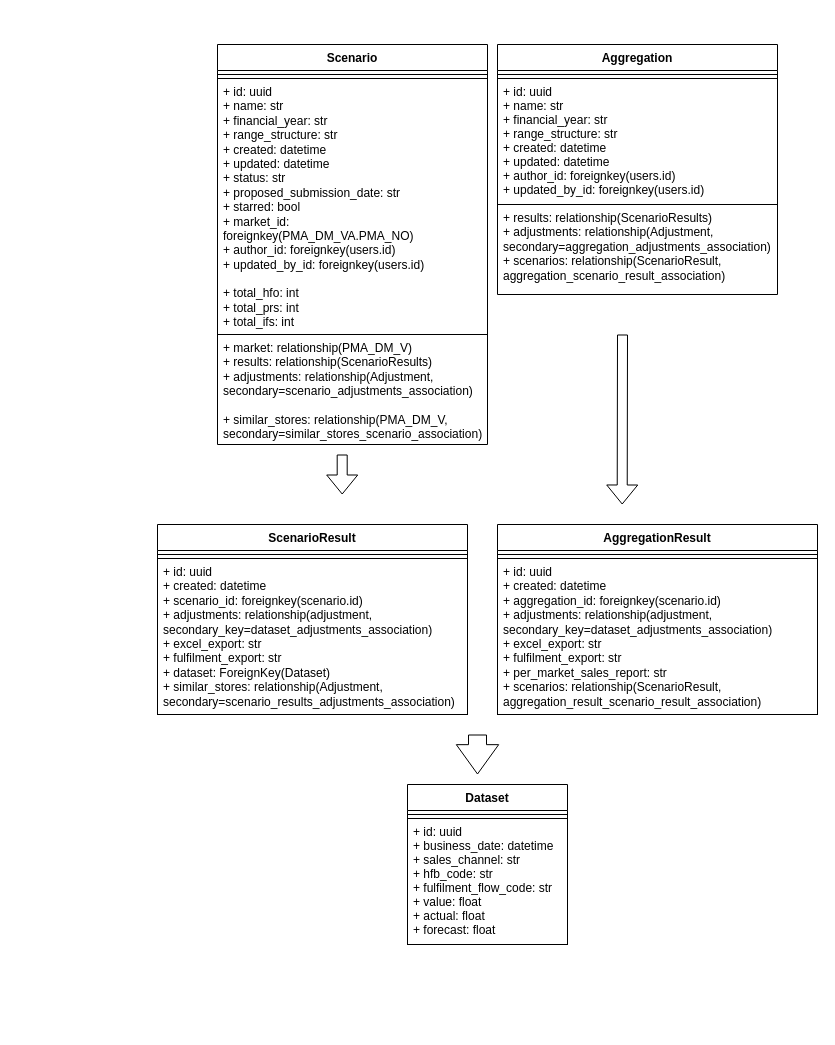
This is sbpaa.drawio from abunuwas/presentations-img, a draw.io file, before an edit. Source tidied: cells renumbered, new cells numbered last; positions are measured from the earlier drawing's top-left corner, leaving out a move shared by most shapes. Both pictures are drawn from the tidied source at 100%, with x=0, y=0 at pixel (157, 44).
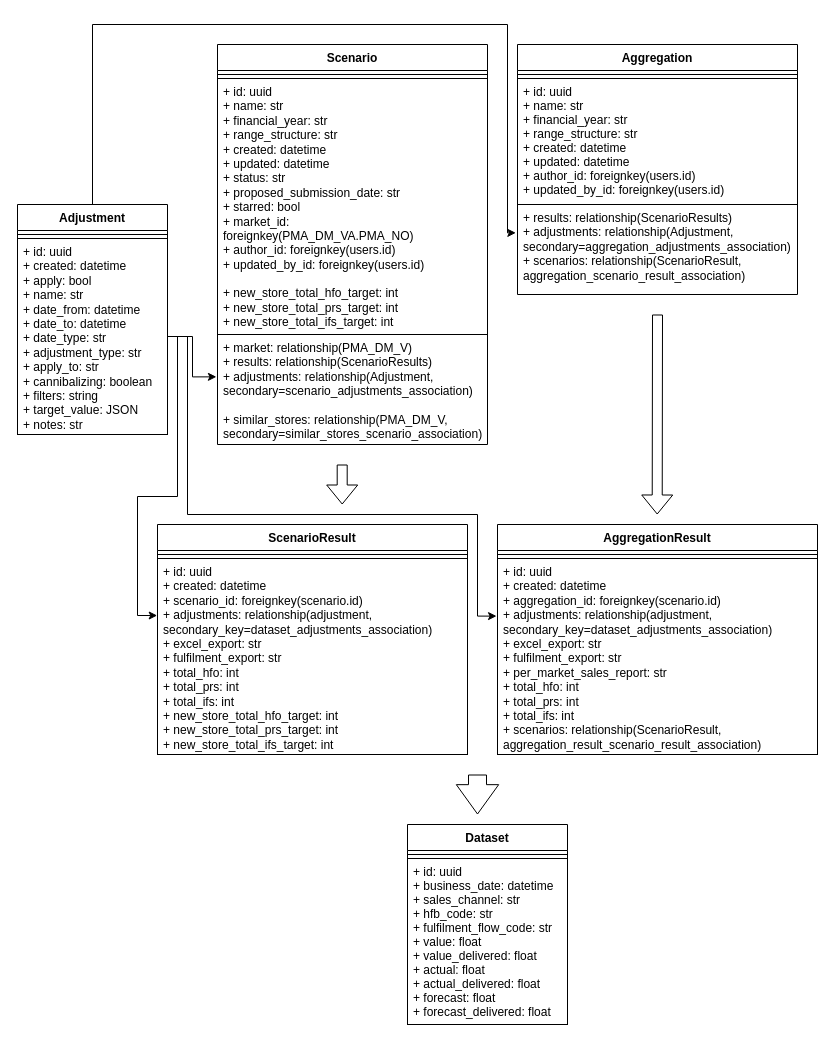
The same page after the edit.

The change refers to these unchanged cells:
```xml
<mxCell id="8" value="Scenario" style="swimlane;fontStyle=1;align=center;verticalAlign=top;horizontal=1;startSize=26;" parent="1" vertex="1">
  <mxGeometry x="60" width="270" height="400" as="geometry" />
</mxCell>
<mxCell id="11" value="+ market: relationship(PMA_DM_V)&#10;+ results: relationship(ScenarioResults)&#10;+ adjustments: relationship(Adjustment, secondary=scenario_adjustments_association)&#10;&#10;+ similar_stores: relationship(PMA_DM_V, secondary=similar_stores_scenario_association)" style="text;strokeColor=none;fillColor=none;align=left;verticalAlign=top;spacingLeft=4;spacingRight=4;overflow=hidden;points=[[0,0.5],[1,0.5]];portConstraint=eastwest;whiteSpace=wrap;" parent="8" vertex="1">
  <mxGeometry y="290" width="270" height="110" as="geometry" />
</mxCell>
<mxCell id="15" value="+ results: relationship(ScenarioResults)&#10;+ adjustments: relationship(Adjustment, secondary=aggregation_adjustments_association)&#10;+ scenarios: relationship(ScenarioResult, aggregation_scenario_result_association)" style="text;strokeColor=none;fillColor=none;align=left;verticalAlign=top;spacingLeft=4;spacingRight=4;overflow=hidden;points=[[0,0.5],[1,0.5]];portConstraint=eastwest;whiteSpace=wrap;" parent="12" vertex="1">
  <mxGeometry y="160" width="280" height="90" as="geometry" />
</mxCell>
```

Change to the diagram source:
```diff
@@
     <mxCell id="2" value="ScenarioResult" style="swimlane;fontStyle=1;align=center;verticalAlign=top;horizontal=1;startSize=26;whiteSpace=wrap;" parent="1" vertex="1">
-      <mxGeometry y="480" width="310" height="190" as="geometry" />
+      <mxGeometry y="480" width="310" height="230" as="geometry" />
     </mxCell>
@@
-    <mxCell id="4" value="+ id: uuid&#10;+ created: datetime&#10;+ scenario_id: foreignkey(scenario.id)&#10;+ adjustments: relationship(adjustment, secondary_key=dataset_adjustments_association)&#10;+ excel_export: str&#10;+ fulfilment_export: str&#10;+ dataset: ForeignKey(Dataset)&#10;+ similar_stores: relationship(Adjustment, secondary=scenario_results_adjustments_association)&#10;" style="text;strokeColor=default;fillColor=none;align=left;verticalAlign=top;spacingLeft=4;spacingRight=4;overflow=hidden;points=[[0,0.5],[1,0.5]];portConstraint=eastwest;whiteSpace=wrap;" parent="2" vertex="1">
-      <mxGeometry y="34" width="310" height="156" as="geometry" />
+    <mxCell id="4" value="+ id: uuid&#10;+ created: datetime&#10;+ scenario_id: foreignkey(scenario.id)&#10;+ adjustments: relationship(adjustment, secondary_key=dataset_adjustments_association)&#10;+ excel_export: str&#10;+ fulfilment_export: str&#10;+ total_hfo: int&#10;+ total_prs: int&#10;+ total_ifs: int&#10;+ new_store_total_hfo_target: int&#10;+ new_store_total_prs_target: int&#10;+ new_store_total_ifs_target: int" style="text;strokeColor=default;fillColor=none;align=left;verticalAlign=top;spacingLeft=4;spacingRight=4;overflow=hidden;points=[[0,0.5],[1,0.5]];portConstraint=eastwest;whiteSpace=wrap;" parent="2" vertex="1">
+      <mxGeometry y="34" width="310" height="196" as="geometry" />
     </mxCell>
     <mxCell id="5" value="Dataset" style="swimlane;fontStyle=1;align=center;verticalAlign=top;horizontal=1;startSize=26;" parent="1" vertex="1">
-      <mxGeometry x="250" y="740" width="160" height="160" as="geometry" />
+      <mxGeometry x="250" y="780" width="160" height="200" as="geometry" />
     </mxCell>
@@
-    <mxCell id="7" value="+ id: uuid&#10;+ business_date: datetime&#10;+ sales_channel: str&#10;+ hfb_code: str&#10;+ fulfilment_flow_code: str&#10;+ value: float&#10;+ actual: float&#10;+ forecast: float" style="text;strokeColor=default;fillColor=none;align=left;verticalAlign=top;spacingLeft=4;spacingRight=4;overflow=hidden;" parent="5" vertex="1">
-      <mxGeometry y="34" width="160" height="126" as="geometry" />
+    <mxCell id="7" value="+ id: uuid&#10;+ business_date: datetime&#10;+ sales_channel: str&#10;+ hfb_code: str&#10;+ fulfilment_flow_code: str&#10;+ value: float&#10;+ value_delivered: float&#10;+ actual: float&#10;+ actual_delivered: float&#10;+ forecast: float&#10;+ forecast_delivered: float" style="text;strokeColor=default;fillColor=none;align=left;verticalAlign=top;spacingLeft=4;spacingRight=4;overflow=hidden;" parent="5" vertex="1">
+      <mxGeometry y="34" width="160" height="166" as="geometry" />
     </mxCell>
@@
-    <mxCell id="10" value="+ id: uuid&#10;+ name: str&#10;+ financial_year: str&#10;+ range_structure: str&#10;+ created: datetime&#10;+ updated: datetime&#10;+ status: str&#10;+ proposed_submission_date: str&#10;+ starred: bool&#10;+ market_id: foreignkey(PMA_DM_VA.PMA_NO)&#10;+ author_id: foreignkey(users.id)&#10;+ updated_by_id: foreignkey(users.id)&#10;&#10;+ total_hfo: int&#10;+ total_prs: int&#10;+ total_ifs: int" style="text;strokeColor=default;fillColor=none;align=left;verticalAlign=top;spacingLeft=4;spacingRight=4;overflow=hidden;whiteSpace=wrap;" parent="8" vertex="1">
+    <mxCell id="10" value="+ id: uuid&#10;+ name: str&#10;+ financial_year: str&#10;+ range_structure: str&#10;+ created: datetime&#10;+ updated: datetime&#10;+ status: str&#10;+ proposed_submission_date: str&#10;+ starred: bool&#10;+ market_id: foreignkey(PMA_DM_VA.PMA_NO)&#10;+ author_id: foreignkey(users.id)&#10;+ updated_by_id: foreignkey(users.id)&#10;&#10;+ new_store_total_hfo_target: int&#10;+ new_store_total_prs_target: int&#10;+ new_store_total_ifs_target: int" style="text;strokeColor=default;fillColor=none;align=left;verticalAlign=top;spacingLeft=4;spacingRight=4;overflow=hidden;whiteSpace=wrap;" parent="8" vertex="1">
       <mxGeometry y="34" width="270" height="256" as="geometry" />
     </mxCell>
@@
     <mxCell id="12" value="Aggregation" style="swimlane;fontStyle=1;align=center;verticalAlign=top;horizontal=1;startSize=26;" parent="1" vertex="1">
-      <mxGeometry x="340" width="280" height="250" as="geometry" />
+      <mxGeometry x="360" width="280" height="250" as="geometry" />
     </mxCell>
@@
     <mxCell id="16" value="AggregationResult" style="swimlane;fontStyle=1;align=center;verticalAlign=top;horizontal=1;startSize=26;whiteSpace=wrap;" parent="1" vertex="1">
-      <mxGeometry x="340" y="480" width="320" height="190" as="geometry" />
+      <mxGeometry x="340" y="480" width="320" height="230" as="geometry" />
     </mxCell>
@@
-    <mxCell id="18" value="+ id: uuid&#10;+ created: datetime&#10;+ aggregation_id: foreignkey(scenario.id)&#10;+ adjustments: relationship(adjustment, secondary_key=dataset_adjustments_association)&#10;+ excel_export: str&#10;+ fulfilment_export: str&#10;+ per_market_sales_report: str&#10;+ scenarios: relationship(ScenarioResult, aggregation_result_scenario_result_association)" style="text;strokeColor=default;fillColor=none;align=left;verticalAlign=top;spacingLeft=4;spacingRight=4;overflow=hidden;points=[[0,0.5],[1,0.5]];portConstraint=eastwest;whiteSpace=wrap;" parent="16" vertex="1">
-      <mxGeometry y="34" width="320" height="156" as="geometry" />
+    <mxCell id="18" value="+ id: uuid&#10;+ created: datetime&#10;+ aggregation_id: foreignkey(scenario.id)&#10;+ adjustments: relationship(adjustment, secondary_key=dataset_adjustments_association)&#10;+ excel_export: str&#10;+ fulfilment_export: str&#10;+ per_market_sales_report: str&#10;+ total_hfo: int&#10;+ total_prs: int&#10;+ total_ifs: int&#10;+ scenarios: relationship(ScenarioResult, aggregation_result_scenario_result_association)" style="text;strokeColor=default;fillColor=none;align=left;verticalAlign=top;spacingLeft=4;spacingRight=4;overflow=hidden;points=[[0,0.5],[1,0.5]];portConstraint=eastwest;whiteSpace=wrap;" parent="16" vertex="1">
+      <mxGeometry y="34" width="320" height="196" as="geometry" />
     </mxCell>
     <mxCell id="19" style="shape=flexArrow;endArrow=classic;html=1;rounded=0;" parent="1" edge="1">
       <mxGeometry relative="1" as="geometry">
-        <mxPoint x="184.7" y="410" as="sourcePoint" />
-        <mxPoint x="184.7" y="450" as="targetPoint" />
+        <mxPoint x="184.7" y="420" as="sourcePoint" />
+        <mxPoint x="184.7" y="460" as="targetPoint" />
       </mxGeometry>
     </mxCell>
     <mxCell id="20" style="shape=flexArrow;endArrow=classic;html=1;rounded=0;" parent="1" edge="1">
       <mxGeometry relative="1" as="geometry">
-        <mxPoint x="465" y="290" as="sourcePoint" />
-        <mxPoint x="464.7" y="460" as="targetPoint" />
+        <mxPoint x="500" y="270" as="sourcePoint" />
+        <mxPoint x="499.7" y="470" as="targetPoint" />
       </mxGeometry>
     </mxCell>
     <mxCell id="21" style="shape=flexArrow;endArrow=classic;html=1;rounded=0;endWidth=23.333333333333332;endSize=9.446666666666667;width=18;" parent="1" edge="1">
       <mxGeometry relative="1" as="geometry">
-        <mxPoint x="320" y="690" as="sourcePoint" />
-        <mxPoint x="320" y="730" as="targetPoint" />
+        <mxPoint x="320" y="730" as="sourcePoint" />
+        <mxPoint x="320" y="770" as="targetPoint" />
       </mxGeometry>
     </mxCell>
+    <mxCell id="22" value="Adjustment" style="swimlane;fontStyle=1;align=center;verticalAlign=top;horizontal=1;startSize=26;" parent="1" vertex="1">
+      <mxGeometry x="-140" y="160" width="150" height="230" as="geometry" />
+    </mxCell>
+    <mxCell id="23" style="line;strokeWidth=1;fillColor=none;align=left;verticalAlign=middle;spacingTop=-1;spacingLeft=3;spacingRight=3;labelPosition=right;" parent="22" vertex="1">
+      <mxGeometry y="26" width="150" height="8" as="geometry" />
+    </mxCell>
+    <mxCell id="24" value="+ id: uuid&#10;+ created: datetime&#10;+ apply: bool&#10;+ name: str&#10;+ date_from: datetime&#10;+ date_to: datetime&#10;+ date_type: str&#10;+ adjustment_type: str&#10;+ apply_to: str&#10;+ cannibalizing: boolean&#10;+ filters: string&#10;+ target_value: JSON&#10;+ notes: str" style="text;strokeColor=default;fillColor=none;align=left;verticalAlign=top;spacingLeft=4;spacingRight=4;overflow=hidden;points=[[0,0.5],[1,0.5]];portConstraint=eastwest;whiteSpace=wrap;" parent="22" vertex="1">
+      <mxGeometry y="34" width="150" height="196" as="geometry" />
+    </mxCell>
+    <mxCell id="25" style="edgeStyle=orthogonalEdgeStyle;rounded=0;jettySize=auto;html=1;entryX=-0.004;entryY=0.385;entryDx=0;entryDy=0;entryPerimeter=0;" parent="1" edge="1" source="24" target="11">
+      <mxGeometry relative="1" as="geometry" />
+    </mxCell>
+    <mxCell id="26" style="edgeStyle=orthogonalEdgeStyle;rounded=0;jettySize=auto;html=1;entryX=-0.006;entryY=0.315;entryDx=0;entryDy=0;entryPerimeter=0;exitX=0.5;exitY=0;exitDx=0;exitDy=0;" parent="1" edge="1" source="22" target="15">
+      <mxGeometry relative="1" as="geometry">
+        <Array as="points">
+          <mxPoint x="-65" y="-20" />
+          <mxPoint x="350" y="-20" />
+          <mxPoint x="350" y="188" />
+        </Array>
+      </mxGeometry>
+    </mxCell>
+    <mxCell id="27" style="edgeStyle=orthogonalEdgeStyle;rounded=0;jettySize=auto;html=1;entryX=-0.001;entryY=0.291;entryDx=0;entryDy=0;entryPerimeter=0;" parent="1" edge="1" source="24" target="4">
+      <mxGeometry relative="1" as="geometry">
+        <Array as="points">
+          <mxPoint x="20" y="292" />
+          <mxPoint x="20" y="452" />
+          <mxPoint x="-20" y="452" />
+          <mxPoint x="-20" y="571" />
+        </Array>
+      </mxGeometry>
+    </mxCell>
+    <mxCell id="28" style="edgeStyle=orthogonalEdgeStyle;rounded=0;jettySize=auto;html=1;entryX=-0.003;entryY=0.294;entryDx=0;entryDy=0;entryPerimeter=0;" parent="1" edge="1" source="24" target="18">
+      <mxGeometry relative="1" as="geometry">
+        <Array as="points">
+          <mxPoint x="30" y="292" />
+          <mxPoint x="30" y="470" />
+          <mxPoint x="320" y="470" />
+          <mxPoint x="320" y="572" />
+        </Array>
+      </mxGeometry>
+    </mxCell>
```
